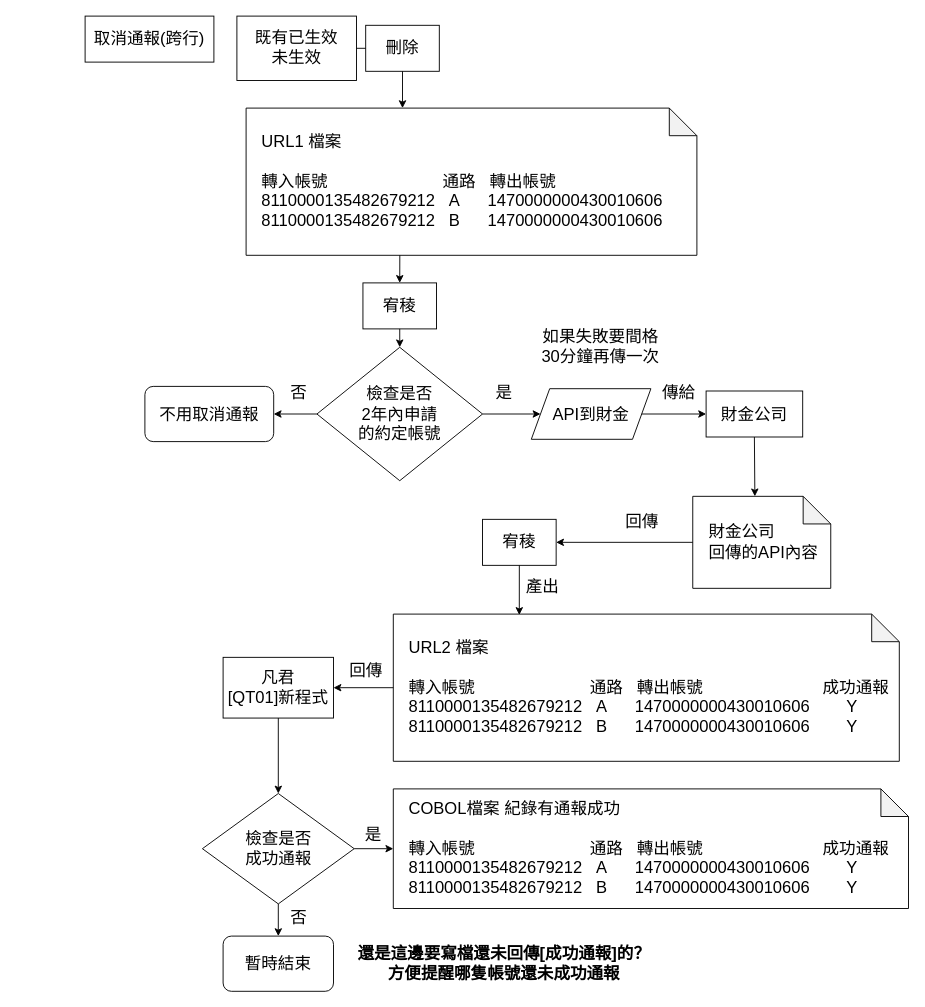
The draw.io diagram page "取消通報(跨行)" (3 of 6) of 約轉灰名單架構.drawio in yeahyeah0606/yeahyeah0606.github.io, before the edit. Source tidied: cells renumbered, new cells numbered last; positions are measured from the earlier drawing's top-left corner, leaving out a move shared by most shapes. Both pictures are drawn from the tidied source at 92%, with x=0, y=0 at pixel (85, 16).
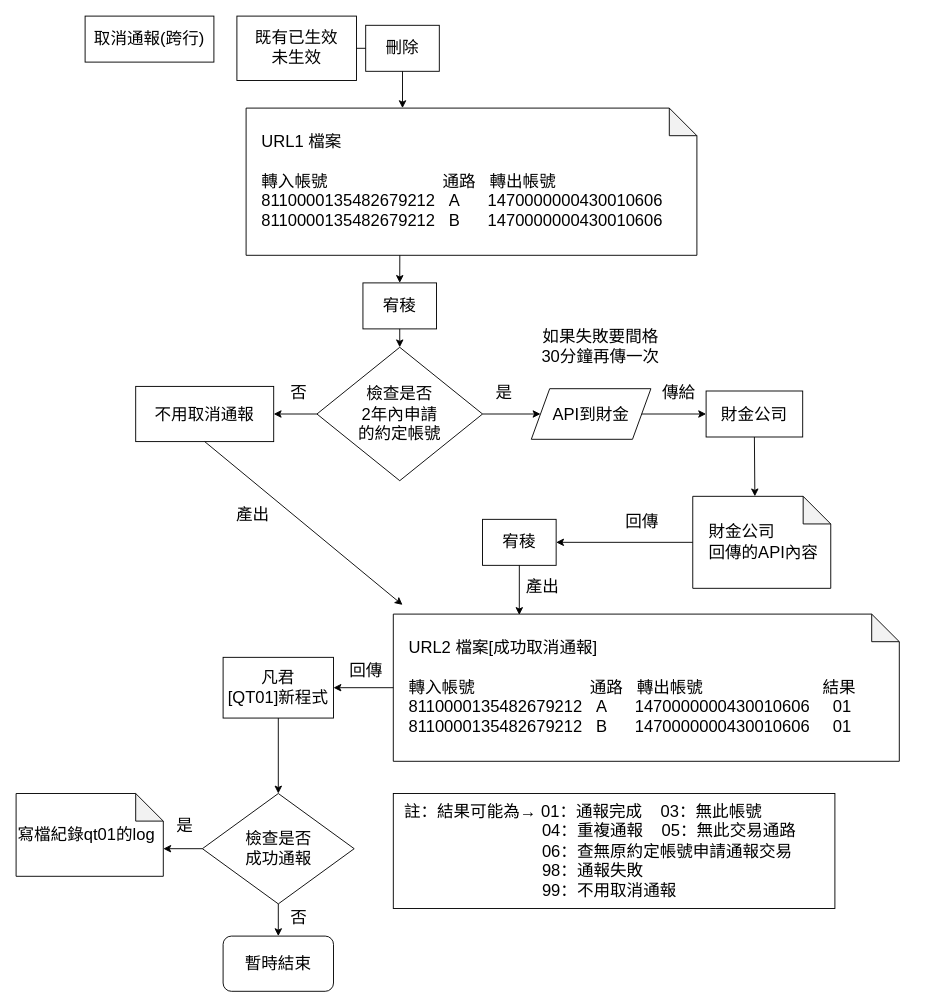
Above is the later version.

Unchanged cells that the change refers to:
```xml
<mxCell id="17" value="&lt;font style=&quot;font-size: 18px;&quot;&gt;檢查是否&lt;br&gt;成功通報&lt;br&gt;&lt;/font&gt;" style="rhombus;whiteSpace=wrap;html=1;" parent="1" vertex="1">
  <mxGeometry x="127.5" y="845" width="165" height="120" as="geometry" />
</mxCell>
<mxCell id="24" value="&lt;font style=&quot;font-size: 18px;&quot;&gt;檢查是否&lt;br&gt;2年內申請&lt;br&gt;的約定帳號&lt;/font&gt;" style="rhombus;whiteSpace=wrap;html=1;" parent="1" vertex="1">
  <mxGeometry x="252" y="360" width="180" height="145" as="geometry" />
</mxCell>
```

What changed in the source:
```diff
@@
-    <mxCell id="15" value="&lt;font style=&quot;font-size: 18px;&quot;&gt;&amp;nbsp; &amp;nbsp;URL2 檔案&lt;br&gt;&lt;br&gt;&amp;nbsp; &amp;nbsp;轉入帳號&amp;nbsp; &amp;nbsp; &amp;nbsp; &amp;nbsp; &amp;nbsp; &amp;nbsp; &amp;nbsp; &amp;nbsp; &amp;nbsp; &amp;nbsp; &amp;nbsp; &amp;nbsp; &amp;nbsp;通路&amp;nbsp; &amp;nbsp;轉出帳號&amp;nbsp; &amp;nbsp; &amp;nbsp; &amp;nbsp; &amp;nbsp; &amp;nbsp; &amp;nbsp; &amp;nbsp; &amp;nbsp; &amp;nbsp; &amp;nbsp; &amp;nbsp; &amp;nbsp; 成功通報&lt;br&gt;&amp;nbsp; &amp;nbsp;8110000135482679212&amp;nbsp;&amp;nbsp;&amp;nbsp;&lt;/font&gt;&lt;font style=&quot;font-size: 18px;&quot;&gt;A&amp;nbsp; &amp;nbsp; &amp;nbsp;&amp;nbsp;&lt;/font&gt;&lt;font style=&quot;font-size: 18px;&quot;&gt;1470000000430010606&amp;nbsp; &amp;nbsp; &amp;nbsp; &amp;nbsp; Y&lt;br&gt;&lt;font style=&quot;border-color: var(--border-color);&quot;&gt;&amp;nbsp; &amp;nbsp;8110000135482679212&amp;nbsp; &amp;nbsp;B&lt;/font&gt;&lt;font style=&quot;border-color: var(--border-color);&quot;&gt;&amp;nbsp; &amp;nbsp; &amp;nbsp;&amp;nbsp;&lt;/font&gt;&lt;font style=&quot;border-color: var(--border-color);&quot;&gt;1470000000430010606&amp;nbsp; &amp;nbsp; &amp;nbsp; &amp;nbsp; Y&lt;/font&gt;&lt;br&gt;&lt;/font&gt;" style="shape=note;whiteSpace=wrap;html=1;backgroundOutline=1;darkOpacity=0.05;align=left;" parent="1" vertex="1">
+    <mxCell id="15" value="&lt;font style=&quot;font-size: 18px;&quot;&gt;&amp;nbsp; &amp;nbsp;URL2 檔案[成功取消通報]&lt;br&gt;&lt;br&gt;&amp;nbsp; &amp;nbsp;轉入帳號&amp;nbsp; &amp;nbsp; &amp;nbsp; &amp;nbsp; &amp;nbsp; &amp;nbsp; &amp;nbsp; &amp;nbsp; &amp;nbsp; &amp;nbsp; &amp;nbsp; &amp;nbsp; &amp;nbsp;通路&amp;nbsp; &amp;nbsp;轉出帳號&amp;nbsp; &amp;nbsp; &amp;nbsp; &amp;nbsp; &amp;nbsp; &amp;nbsp; &amp;nbsp; &amp;nbsp; &amp;nbsp; &amp;nbsp; &amp;nbsp; &amp;nbsp; &amp;nbsp; 結果&lt;br&gt;&amp;nbsp; &amp;nbsp;8110000135482679212&amp;nbsp;&amp;nbsp;&amp;nbsp;&lt;/font&gt;&lt;font style=&quot;font-size: 18px;&quot;&gt;A&amp;nbsp; &amp;nbsp; &amp;nbsp;&amp;nbsp;&lt;/font&gt;&lt;font style=&quot;font-size: 18px;&quot;&gt;1470000000430010606&amp;nbsp; &amp;nbsp; &amp;nbsp;01&lt;br&gt;&lt;font style=&quot;border-color: var(--border-color);&quot;&gt;&amp;nbsp; &amp;nbsp;8110000135482679212&amp;nbsp; &amp;nbsp;B&lt;/font&gt;&lt;font style=&quot;border-color: var(--border-color);&quot;&gt;&amp;nbsp; &amp;nbsp; &amp;nbsp;&amp;nbsp;&lt;/font&gt;&lt;font style=&quot;border-color: var(--border-color);&quot;&gt;1470000000430010606&amp;nbsp; &amp;nbsp; &amp;nbsp;01&lt;/font&gt;&lt;br&gt;&lt;/font&gt;" style="shape=note;whiteSpace=wrap;html=1;backgroundOutline=1;darkOpacity=0.05;align=left;" parent="1" vertex="1">
       <mxGeometry x="335" y="650" width="550" height="160" as="geometry" />
     </mxCell>
@@
-    <mxCell id="21" value="&lt;font style=&quot;font-size: 18px;&quot;&gt;不用取消通報&lt;/font&gt;" style="rounded=1;whiteSpace=wrap;html=1;" parent="1" vertex="1">
-      <mxGeometry x="65" y="402.5" width="140" height="60" as="geometry" />
-    </mxCell>
@@
-    <mxCell id="27" style="endArrow=classic;html=1;rounded=0;entryX=1;entryY=0.5;entryDx=0;entryDy=0;exitX=0;exitY=0.5;exitDx=0;exitDy=0;" parent="1" edge="1" source="24" target="21">
-      <mxGeometry relative="1" as="geometry" />
-    </mxCell>
@@
-    <mxCell id="38" value="&lt;font style=&quot;font-size: 18px;&quot;&gt;&amp;nbsp; &amp;nbsp;COBOL檔案 紀錄有通報成功&lt;br&gt;&lt;br&gt;&lt;font style=&quot;border-color: var(--border-color);&quot;&gt;&amp;nbsp; &amp;nbsp;轉入帳號&amp;nbsp; &amp;nbsp; &amp;nbsp; &amp;nbsp; &amp;nbsp; &amp;nbsp; &amp;nbsp; &amp;nbsp; &amp;nbsp; &amp;nbsp; &amp;nbsp; &amp;nbsp; &amp;nbsp;通路&amp;nbsp; &amp;nbsp;轉出帳號&amp;nbsp; &amp;nbsp; &amp;nbsp; &amp;nbsp; &amp;nbsp; &amp;nbsp; &amp;nbsp; &amp;nbsp; &amp;nbsp; &amp;nbsp; &amp;nbsp; &amp;nbsp; &amp;nbsp; 成功通報&lt;br style=&quot;border-color: var(--border-color);&quot;&gt;&amp;nbsp; &amp;nbsp;8110000135482679212&amp;nbsp;&amp;nbsp;&amp;nbsp;&lt;/font&gt;&lt;font style=&quot;border-color: var(--border-color);&quot;&gt;A&amp;nbsp; &amp;nbsp; &amp;nbsp;&amp;nbsp;&lt;/font&gt;&lt;font style=&quot;border-color: var(--border-color);&quot;&gt;1470000000430010606&amp;nbsp; &amp;nbsp; &amp;nbsp; &amp;nbsp; Y&lt;br style=&quot;border-color: var(--border-color);&quot;&gt;&lt;font style=&quot;border-color: var(--border-color);&quot;&gt;&amp;nbsp; &amp;nbsp;8110000135482679212&amp;nbsp; &amp;nbsp;B&lt;/font&gt;&lt;font style=&quot;border-color: var(--border-color);&quot;&gt;&amp;nbsp; &amp;nbsp; &amp;nbsp;&amp;nbsp;&lt;/font&gt;&lt;font style=&quot;border-color: var(--border-color);&quot;&gt;1470000000430010606&amp;nbsp; &amp;nbsp; &amp;nbsp; &amp;nbsp; Y&lt;/font&gt;&lt;/font&gt;&lt;br&gt;&lt;/font&gt;" style="shape=note;whiteSpace=wrap;html=1;backgroundOutline=1;darkOpacity=0.05;align=left;" parent="1" vertex="1">
-      <mxGeometry x="335" y="840" width="560" height="130" as="geometry" />
+    <mxCell id="38" value="&lt;font style=&quot;font-size: 18px;&quot;&gt;寫檔紀錄qt01的log&lt;br&gt;&lt;/font&gt;" style="shape=note;whiteSpace=wrap;html=1;backgroundOutline=1;darkOpacity=0.05;align=left;" parent="1" vertex="1">
+      <mxGeometry x="-75" y="845" width="160" height="90" as="geometry" />
     </mxCell>
+    <mxCell id="41" value="&lt;span style=&quot;font-size: 18px;&quot;&gt;是&lt;/span&gt;" style="text;html=1;align=center;verticalAlign=middle;strokeColor=none;fillColor=none;" parent="1" vertex="1">
+      <mxGeometry x="87.5" y="860" width="40" height="40" as="geometry" />
+    </mxCell>
+    <mxCell id="21" value="&lt;font style=&quot;font-size: 18px;&quot;&gt;不用取消通報&lt;/font&gt;" style="rounded=0;whiteSpace=wrap;html=1;" parent="1" vertex="1">
+      <mxGeometry x="55" y="402.5" width="150" height="60" as="geometry" />
+    </mxCell>
+    <mxCell id="27" style="endArrow=classic;html=1;rounded=0;exitX=0;exitY=0.5;exitDx=0;exitDy=0;" parent="1" edge="1" source="24" target="21">
+      <mxGeometry relative="1" as="geometry" />
+    </mxCell>
+    <mxCell id="42" style="endArrow=classic;html=1;rounded=0;exitX=0.5;exitY=1;exitDx=0;exitDy=0;" parent="1" edge="1" source="21">
+      <mxGeometry relative="1" as="geometry">
+        <mxPoint x="345" y="640" as="targetPoint" />
+      </mxGeometry>
+    </mxCell>
+    <mxCell id="43" value="&lt;font style=&quot;font-size: 18px;&quot;&gt;產出&lt;/font&gt;" style="text;html=1;align=center;verticalAlign=middle;strokeColor=none;fillColor=none;" parent="1" vertex="1">
+      <mxGeometry x="152" y="522" width="60" height="40" as="geometry" />
+    </mxCell>
-    <mxCell id="39" style="endArrow=classic;html=1;rounded=0;exitX=1;exitY=0.5;exitDx=0;exitDy=0;entryX=0;entryY=0.5;entryDx=0;entryDy=0;entryPerimeter=0;" parent="1" edge="1" source="17" target="38">
+    <mxCell id="39" style="endArrow=classic;html=1;rounded=0;exitX=0;exitY=0.5;exitDx=0;exitDy=0;entryX=0;entryY=0;entryDx=160;entryDy=60;entryPerimeter=0;" parent="1" edge="1" source="17" target="38">
       <mxGeometry relative="1" as="geometry" />
     </mxCell>
-    <mxCell id="40" value="&lt;span style=&quot;font-size: 18px;&quot;&gt;&lt;b&gt;還是這邊要寫檔還未回傳[成功通報]的？&lt;br&gt;方便提醒哪隻帳號還未成功通報&lt;/b&gt;&lt;br&gt;&lt;/span&gt;" style="text;html=1;align=center;verticalAlign=middle;strokeColor=none;fillColor=none;" parent="1" vertex="1">
-      <mxGeometry x="285" y="1000" width="340" height="60" as="geometry" />
-    </mxCell>
-    <mxCell id="41" value="&lt;span style=&quot;font-size: 18px;&quot;&gt;是&lt;/span&gt;" style="text;html=1;align=center;verticalAlign=middle;strokeColor=none;fillColor=none;" parent="1" vertex="1">
-      <mxGeometry x="292.5" y="870" width="40" height="40" as="geometry" />
-    </mxCell>
+    <mxCell id="44" value="&lt;font style=&quot;font-size: 18px;&quot;&gt;&amp;nbsp; 註：結果可能為→ 01：通報完成&amp;nbsp; &amp;nbsp; 03：無此帳號&amp;nbsp;&lt;br&gt;&amp;nbsp; &amp;nbsp; &amp;nbsp; &amp;nbsp; &amp;nbsp; &amp;nbsp; &amp;nbsp; &amp;nbsp; &amp;nbsp; &amp;nbsp; &amp;nbsp; &amp;nbsp; &amp;nbsp; &amp;nbsp; &amp;nbsp; &amp;nbsp; 04：重複通報&amp;nbsp; &amp;nbsp; 05：無此交易通路&lt;br&gt;&amp;nbsp; &amp;nbsp; &amp;nbsp; &amp;nbsp; &amp;nbsp; &amp;nbsp; &amp;nbsp; &amp;nbsp; &amp;nbsp; &amp;nbsp; &amp;nbsp; &amp;nbsp; &amp;nbsp; &amp;nbsp; &amp;nbsp; &amp;nbsp;&amp;nbsp;&lt;/font&gt;&lt;font style=&quot;font-size: 18px;&quot;&gt;06：查無原約定帳號申請通報交易&lt;br&gt;&amp;nbsp; &amp;nbsp; &amp;nbsp; &amp;nbsp; &amp;nbsp; &amp;nbsp; &amp;nbsp; &amp;nbsp; &amp;nbsp; &amp;nbsp; &amp;nbsp; &amp;nbsp; &amp;nbsp; &amp;nbsp; &amp;nbsp; &amp;nbsp; 98：通報失敗&lt;br&gt;&lt;/font&gt;&lt;font style=&quot;border-color: var(--border-color); font-size: 18px;&quot;&gt;&amp;nbsp; &amp;nbsp; &amp;nbsp; &amp;nbsp; &amp;nbsp; &amp;nbsp; &amp;nbsp; &amp;nbsp; &amp;nbsp; &amp;nbsp; &amp;nbsp; &amp;nbsp; &amp;nbsp; &amp;nbsp; &amp;nbsp; &amp;nbsp; 99&lt;/font&gt;&lt;font style=&quot;border-color: var(--border-color); font-size: 18px;&quot;&gt;：不用取消通報&lt;/font&gt;&lt;span style=&quot;font-size: 18px;&quot;&gt;&lt;br&gt;&lt;/span&gt;" style="rounded=0;whiteSpace=wrap;html=1;align=left;" parent="1" vertex="1">
+      <mxGeometry x="335" y="845" width="480" height="125" as="geometry" />
+    </mxCell>
```
